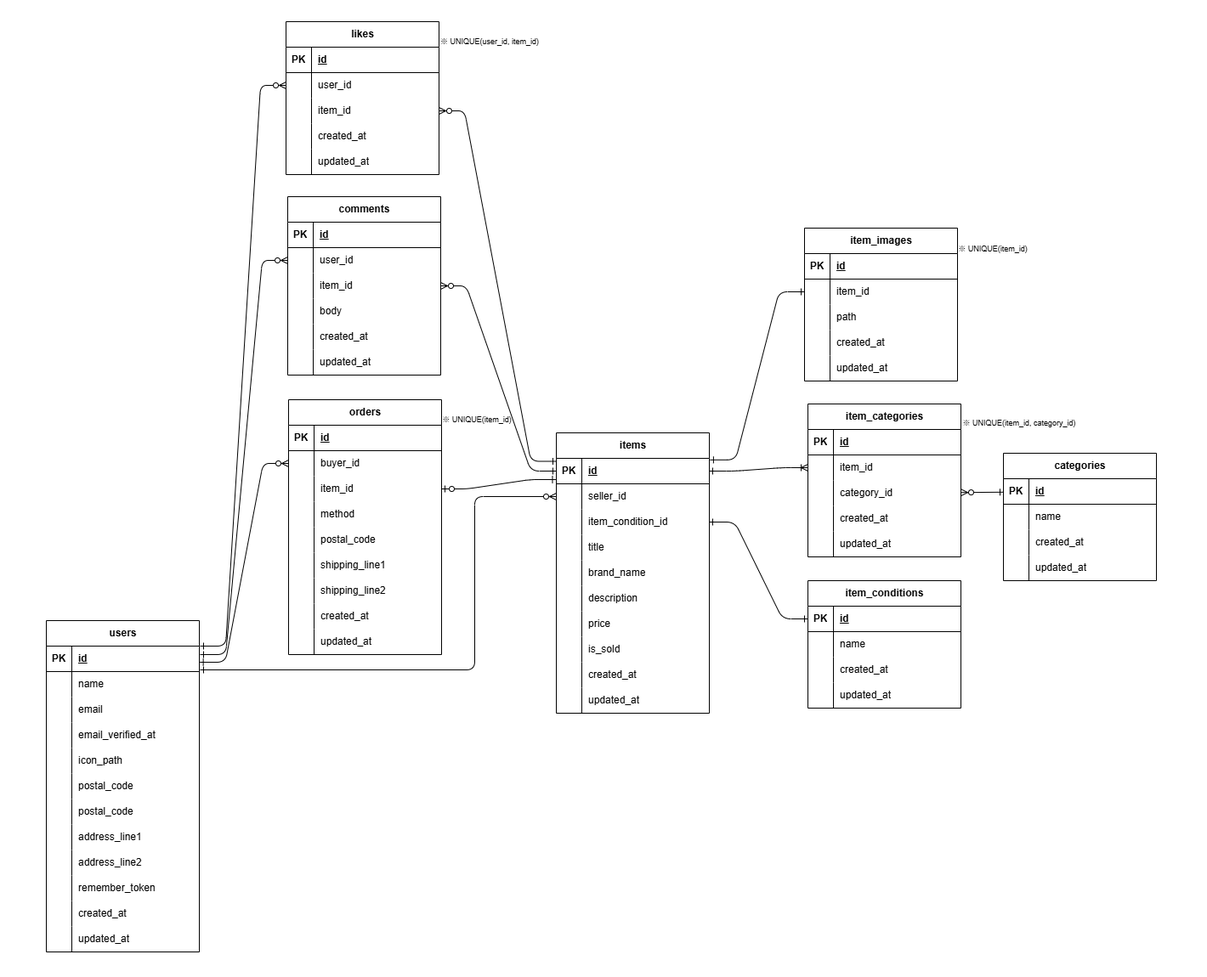
marikoinukai/mock1-flea-market keeps this draw.io diagram as er_diagram.png. Above is the earlier version. Source tidied: cells renumbered, new cells last; positions are measured from the earlier drawing's top-left corner, leaving out a move shared by most shapes.
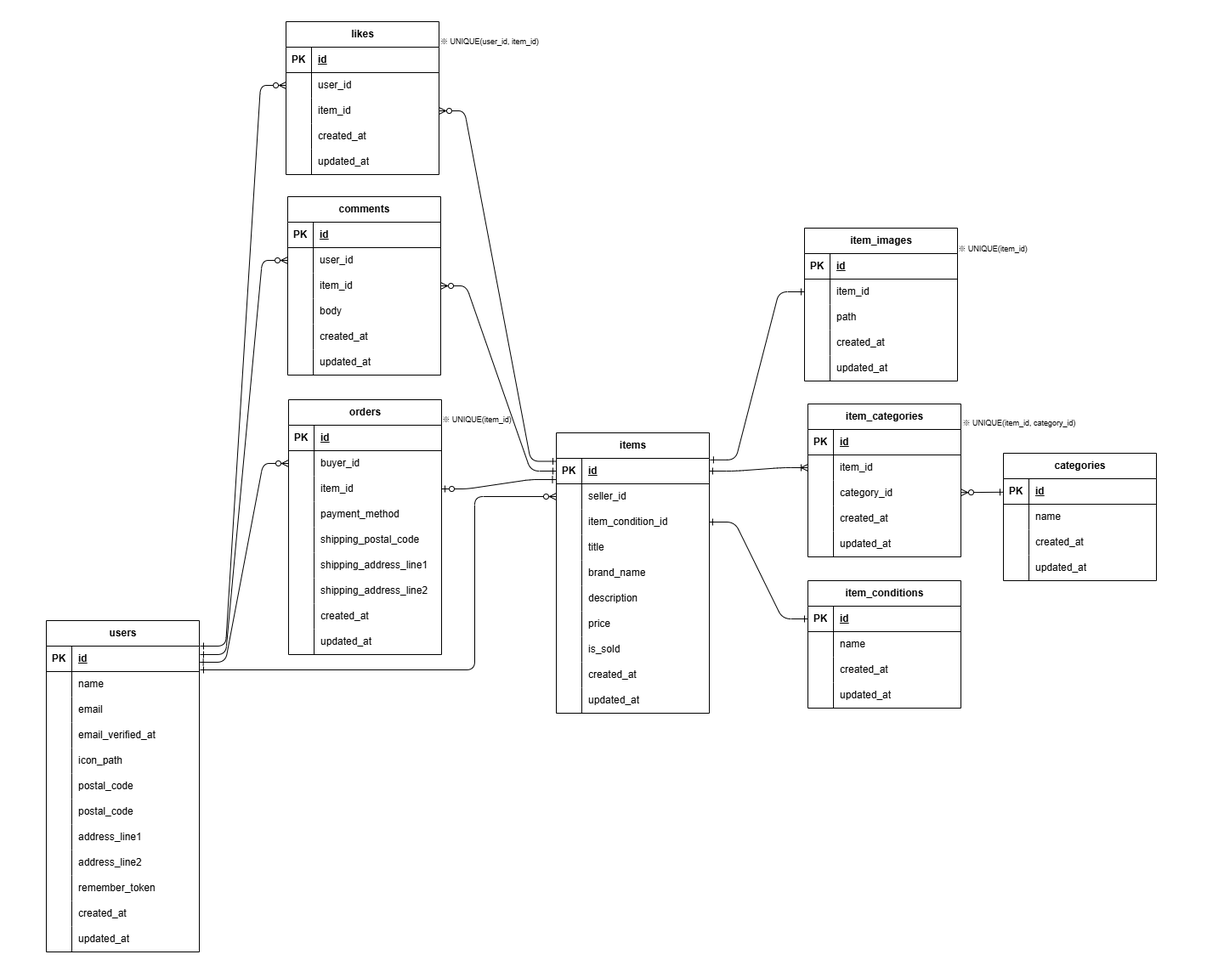
The same file after the commit.

Change to the diagram source:
```diff
@@ -428,7 +428,7 @@
     <mxCell id="141" style="shape=partialRectangle;fillColor=none;top=0;left=0;bottom=0;right=0;overflow=hidden;whiteSpace=wrap;html=1;" parent="140" vertex="1">
       <mxGeometry width="30" height="30" as="geometry" />
     </mxCell>
-    <mxCell id="142" value="method" style="shape=partialRectangle;fillColor=none;top=0;left=0;bottom=0;right=0;align=left;spacingLeft=6;overflow=hidden;whiteSpace=wrap;html=1;" parent="140" vertex="1">
+    <mxCell id="142" value="payment_method" style="shape=partialRectangle;fillColor=none;top=0;left=0;bottom=0;right=0;align=left;spacingLeft=6;overflow=hidden;whiteSpace=wrap;html=1;" parent="140" vertex="1">
       <mxGeometry x="30" width="150" height="30" as="geometry" />
     </mxCell>
     <mxCell id="143" style="shape=tableRow;horizontal=0;startSize=0;swimlaneHead=0;swimlaneBody=0;fillColor=none;top=0;left=0;right=0;bottom=0;" parent="130" vertex="1">
@@ -437,7 +437,7 @@
     <mxCell id="144" style="shape=partialRectangle;fillColor=none;top=0;left=0;bottom=0;right=0;overflow=hidden;whiteSpace=wrap;html=1;" parent="143" vertex="1">
       <mxGeometry width="30" height="30" as="geometry" />
     </mxCell>
-    <mxCell id="145" value="postal_code" style="shape=partialRectangle;fillColor=none;top=0;left=0;bottom=0;right=0;align=left;spacingLeft=6;overflow=hidden;whiteSpace=wrap;html=1;" parent="143" vertex="1">
+    <mxCell id="145" value="shipping_postal_code" style="shape=partialRectangle;fillColor=none;top=0;left=0;bottom=0;right=0;align=left;spacingLeft=6;overflow=hidden;whiteSpace=wrap;html=1;" parent="143" vertex="1">
       <mxGeometry x="30" width="150" height="30" as="geometry" />
     </mxCell>
     <mxCell id="146" style="shape=tableRow;horizontal=0;startSize=0;swimlaneHead=0;swimlaneBody=0;fillColor=none;top=0;left=0;right=0;bottom=0;" parent="130" vertex="1">
@@ -446,7 +446,7 @@
     <mxCell id="147" style="shape=partialRectangle;fillColor=none;top=0;left=0;bottom=0;right=0;overflow=hidden;whiteSpace=wrap;html=1;" parent="146" vertex="1">
       <mxGeometry width="30" height="30" as="geometry" />
     </mxCell>
-    <mxCell id="148" value="shipping_line1" style="shape=partialRectangle;fillColor=none;top=0;left=0;bottom=0;right=0;align=left;spacingLeft=6;overflow=hidden;whiteSpace=wrap;html=1;" parent="146" vertex="1">
+    <mxCell id="148" value="shipping_address_line1" style="shape=partialRectangle;fillColor=none;top=0;left=0;bottom=0;right=0;align=left;spacingLeft=6;overflow=hidden;whiteSpace=wrap;html=1;" parent="146" vertex="1">
       <mxGeometry x="30" width="150" height="30" as="geometry" />
     </mxCell>
     <mxCell id="149" style="shape=tableRow;horizontal=0;startSize=0;swimlaneHead=0;swimlaneBody=0;fillColor=none;top=0;left=0;right=0;bottom=0;" parent="130" vertex="1">
@@ -455,7 +455,7 @@
     <mxCell id="150" style="shape=partialRectangle;fillColor=none;top=0;left=0;bottom=0;right=0;overflow=hidden;whiteSpace=wrap;html=1;" parent="149" vertex="1">
       <mxGeometry width="30" height="30" as="geometry" />
     </mxCell>
-    <mxCell id="151" value="shipping_line2" style="shape=partialRectangle;fillColor=none;top=0;left=0;bottom=0;right=0;align=left;spacingLeft=6;overflow=hidden;whiteSpace=wrap;html=1;" parent="149" vertex="1">
+    <mxCell id="151" value="shipping_address_line2" style="shape=partialRectangle;fillColor=none;top=0;left=0;bottom=0;right=0;align=left;spacingLeft=6;overflow=hidden;whiteSpace=wrap;html=1;" parent="149" vertex="1">
       <mxGeometry x="30" width="150" height="30" as="geometry" />
     </mxCell>
     <mxCell id="152" style="shape=tableRow;horizontal=0;startSize=0;swimlaneHead=0;swimlaneBody=0;fillColor=none;top=0;left=0;right=0;bottom=0;" parent="130" vertex="1">
```
